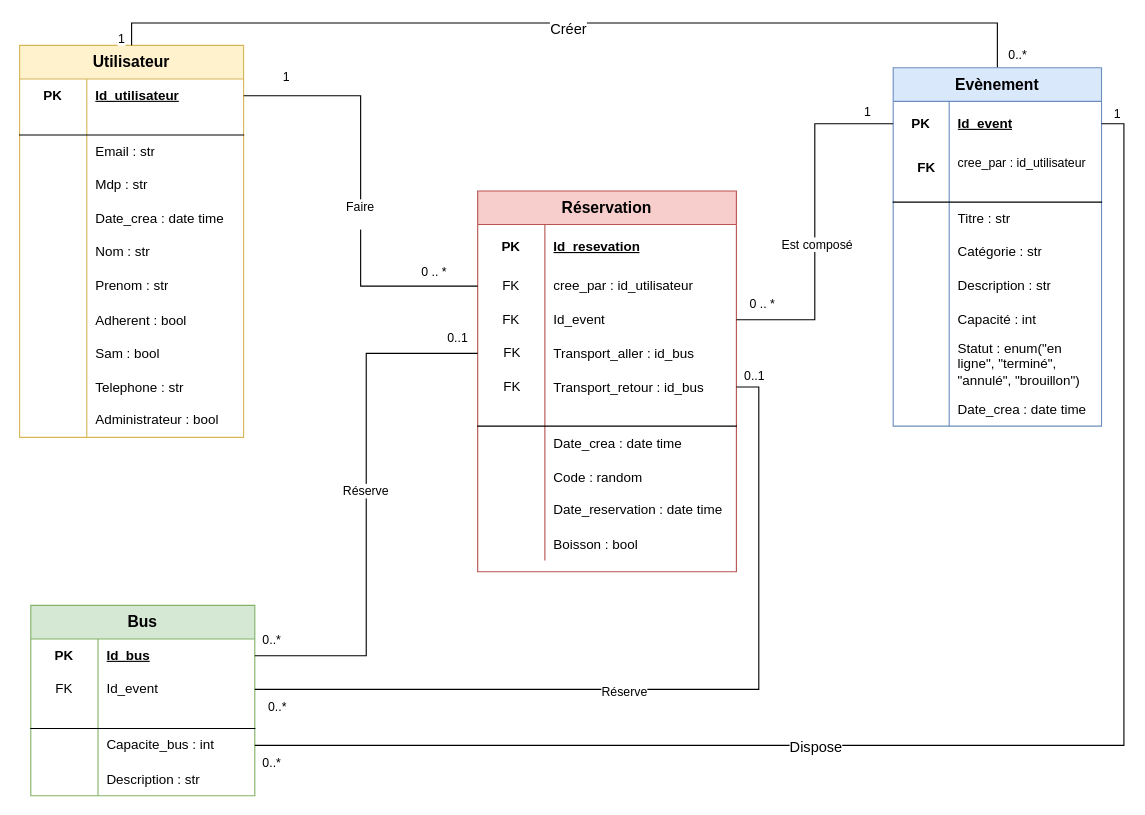
khalidjerrari/ENSAI-Projet-info-2A keeps this draw.io diagram as doc/Diagramme Bdd.drawio. Above is the earlier version. Source tidied: cells renumbered, new cells numbered last; positions are measured from the earlier drawing's top-left corner, leaving out a move shared by most shapes. Both pictures are drawn from the tidied source at 112%, with x=0, y=0 at pixel (19, 45).
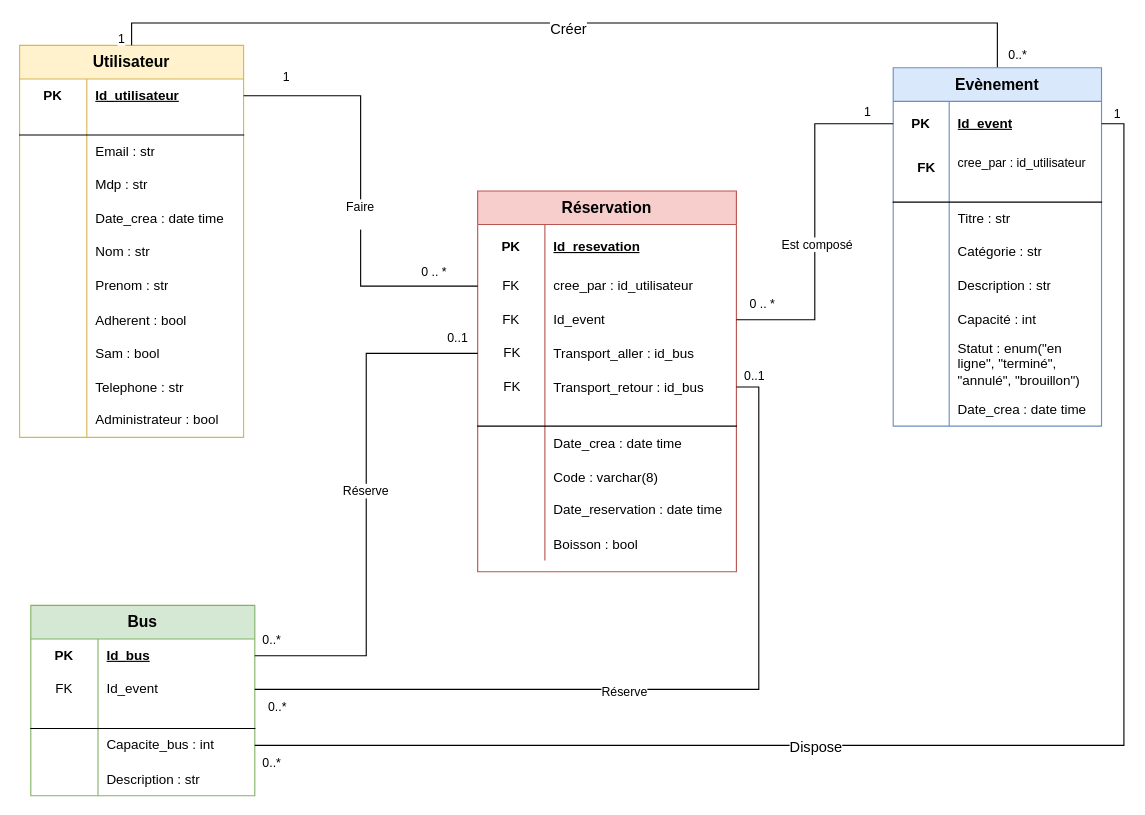
Above is the later version.

Commit message:
Mettre à jour Diagramme Bdd.drawio

The change refers to these unchanged cells:
```xml
<mxCell id="90" style="shape=tableRow;horizontal=0;startSize=0;swimlaneHead=0;swimlaneBody=0;fillColor=none;top=0;left=0;right=0;bottom=0;" parent="68" vertex="1">
  <mxGeometry y="240" width="231" height="30" as="geometry" />
</mxCell>
```

What changed in the source:
```diff
@@
-    <mxCell id="92" value="Code : random" style="shape=partialRectangle;fillColor=none;top=0;left=0;bottom=0;right=0;align=left;spacingLeft=6;overflow=hidden;" parent="90" vertex="1">
+    <mxCell id="92" value="Code : varchar(8)" style="shape=partialRectangle;fillColor=none;top=0;left=0;bottom=0;right=0;align=left;spacingLeft=6;overflow=hidden;" parent="90" vertex="1">
       <mxGeometry x="60" width="171" height="30" as="geometry" />
     </mxCell>
```
